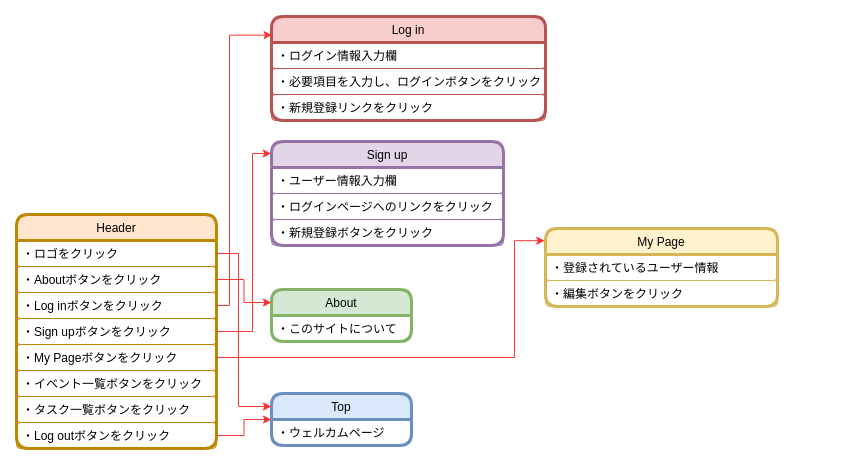
Earlier version of the draw.io diagram flowchart.drawio (MurapyonCorp/My-Portfolio). Source tidied: cells renumbered, new cells numbered last; positions are measured from the earlier drawing's top-left corner, leaving out a move shared by most shapes. Both pictures are drawn from the tidied source at 100%, with x=0, y=0 at pixel (16, 16).
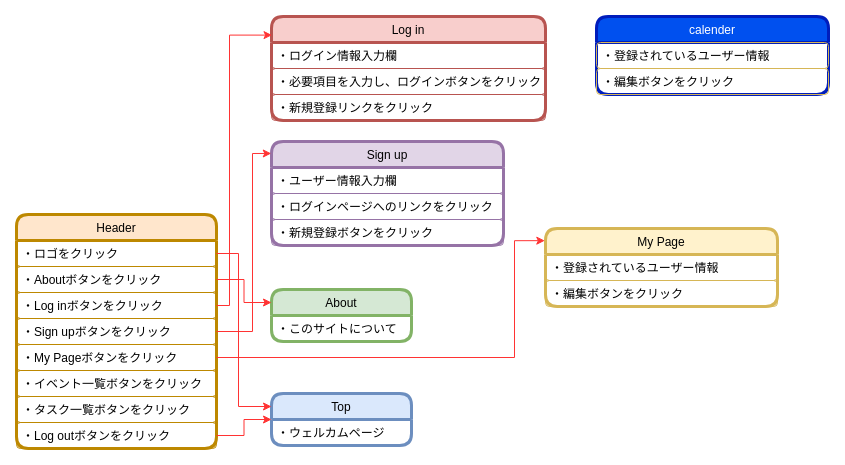
The same page after the edit.

Change to the diagram source:
```diff
@@
+    <mxCell id="32" value="calender" style="swimlane;fontStyle=0;horizontal=1;startSize=26;fillColor=#0050ef;rounded=1;glass=0;sketch=0;strokeWidth=3;fontColor=#ffffff;strokeColor=#001DBC;" parent="1" vertex="1">
+      <mxGeometry x="580" width="232" height="78" as="geometry" />
+    </mxCell>
+    <mxCell id="33" value="・登録されているユーザー情報" style="text;fillColor=none;align=left;verticalAlign=top;spacingLeft=4;spacingRight=4;overflow=hidden;fontColor=#000000;rounded=1;strokeColor=#D6B656;" parent="32" vertex="1">
+      <mxGeometry y="26" width="232" height="26" as="geometry" />
+    </mxCell>
+    <mxCell id="34" value="・編集ボタンをクリック" style="text;fillColor=none;align=left;verticalAlign=top;spacingLeft=4;spacingRight=4;overflow=hidden;fontColor=#000000;rounded=1;strokeColor=#D6B656;" parent="32" vertex="1">
+      <mxGeometry y="52" width="232" height="26" as="geometry" />
+    </mxCell>
```
